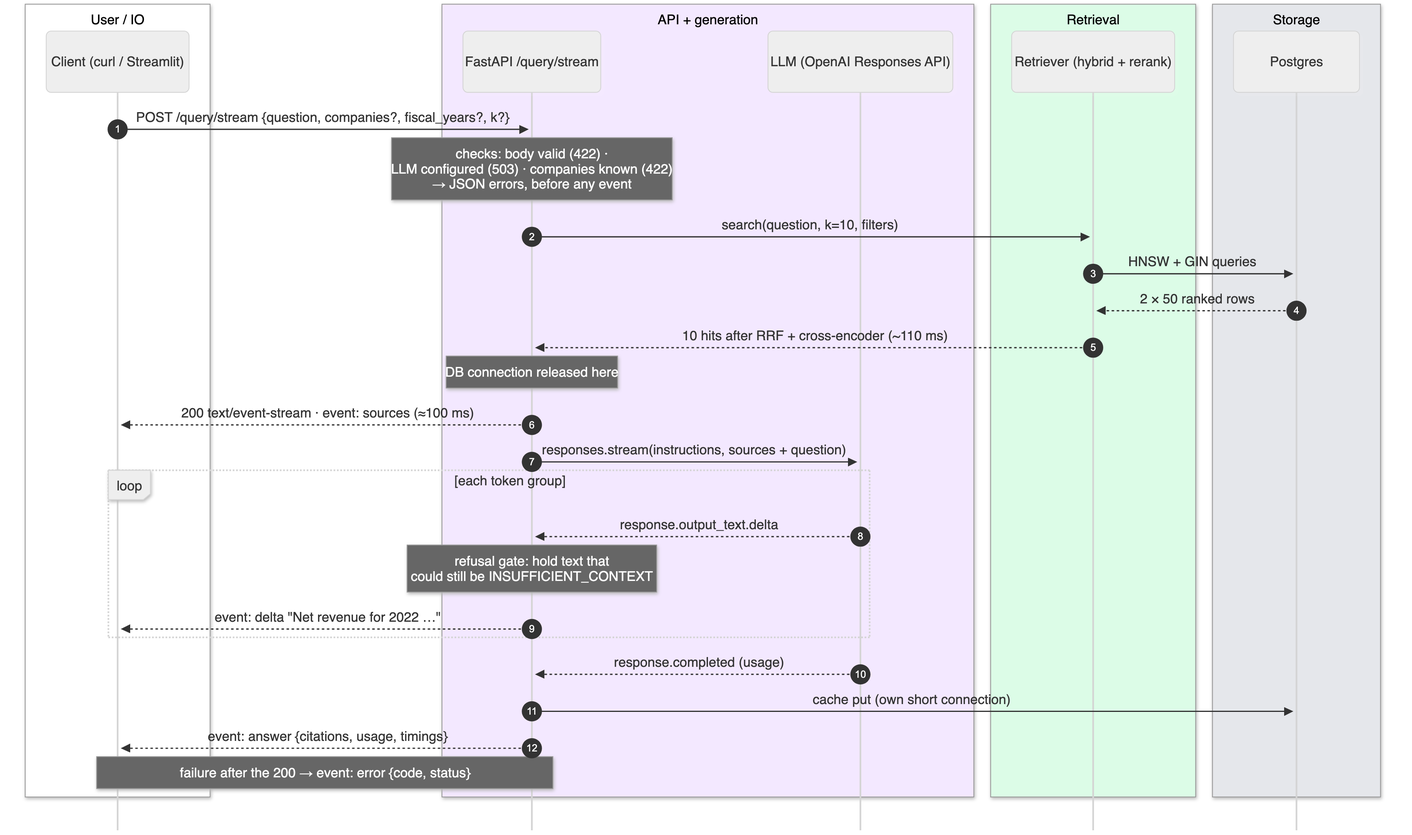
This is docs/diagrams/out/14-sse-sequence.png from Deoxy7/rag-assistant, a Mermaid export, as it was before one commit. Its source is kept beside it as docs/diagrams/src/14-sse-sequence.mmd.
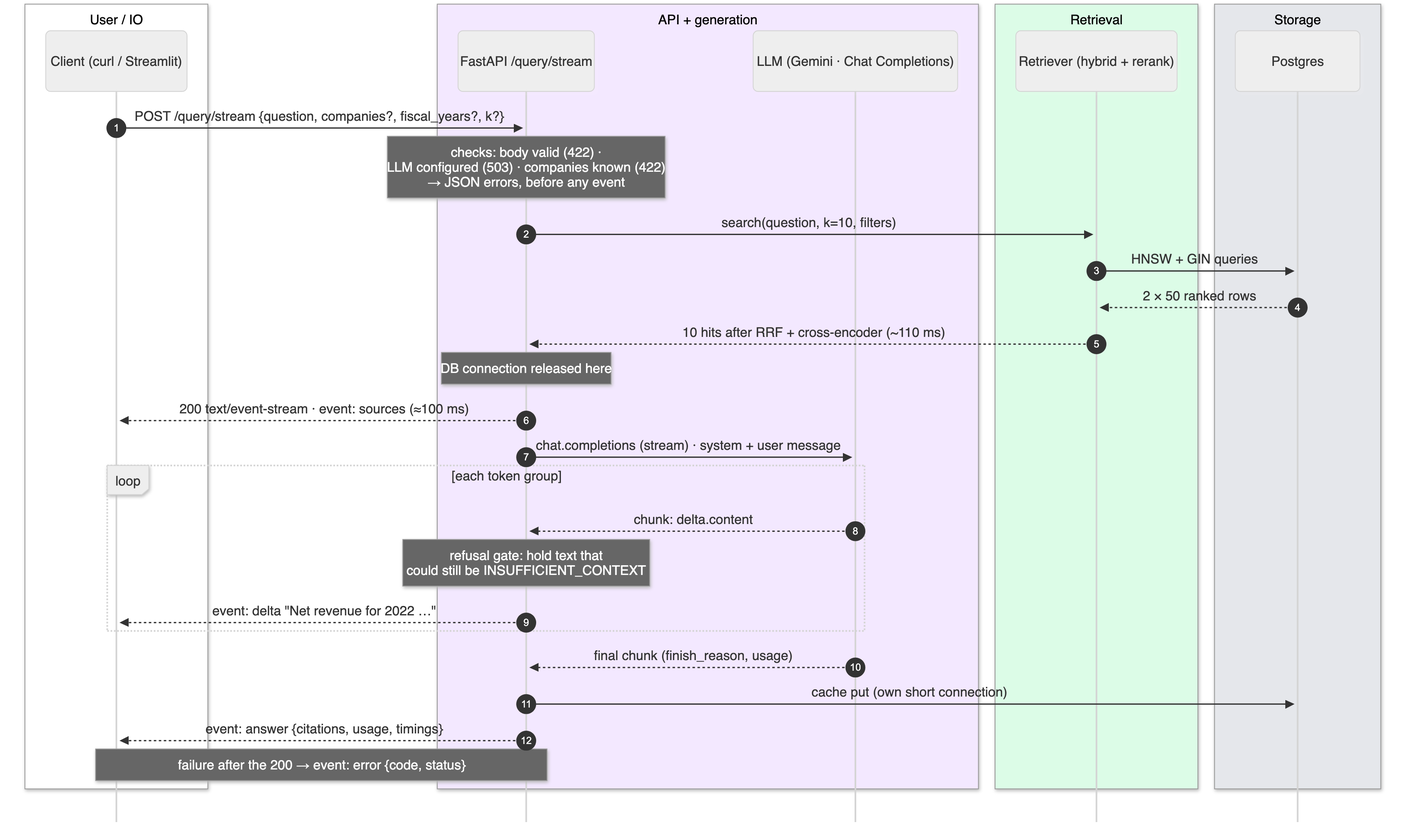
The same diagram one commit later.

Change to the diagram source:
```diff
@@ -5,7 +5,7 @@
     end
     box rgb(243,232,255) API + generation
         participant A as FastAPI /query/stream
-        participant L as LLM (OpenAI Responses API)
+        participant L as LLM (Gemini · Chat Completions)
     end
     box rgb(220,252,231) Retrieval
         participant R as Retriever (hybrid + rerank)
@@ -21,13 +21,13 @@
     R-->>A: 10 hits after RRF + cross-encoder (~110 ms)
     Note over A: DB connection released here
     A-->>C: 200 text/event-stream · event: sources (≈100 ms)
-    A->>L: responses.stream(instructions, sources + question)
+    A->>L: chat.completions (stream) · system + user message
     loop each token group
-        L-->>A: response.output_text.delta
+        L-->>A: chunk: delta.content
         Note over A: refusal gate: hold text that<br/>could still be INSUFFICIENT_CONTEXT
         A-->>C: event: delta "Net revenue for 2022 …"
     end
-    L-->>A: response.completed (usage)
+    L-->>A: final chunk (finish_reason, usage)
     A->>P: cache put (own short connection)
     A-->>C: event: answer {citations, usage, timings}
     Note over C,A: failure after the 200 → event: error {code, status}
```
